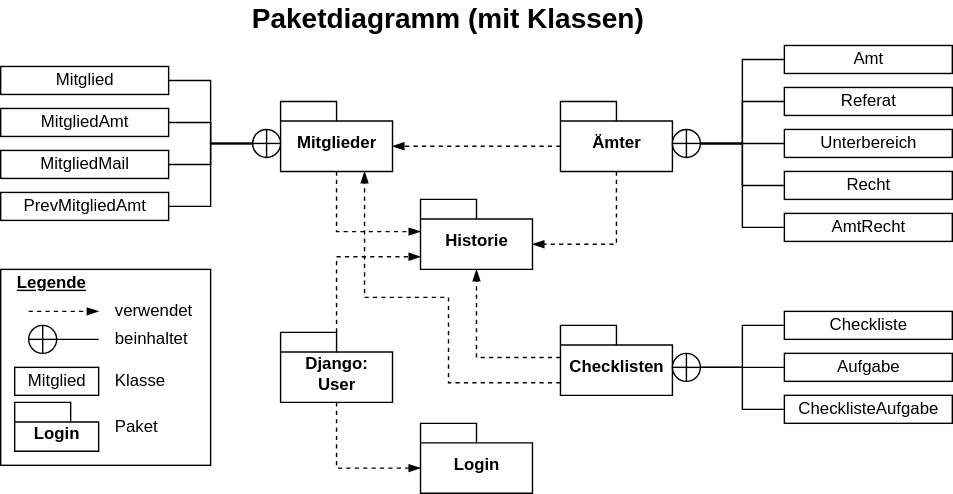
Above: docs/sphinx/source/developer/img/diagramm_package_classes.svg in mribrgr/StuRa-Mitgliederdatenbank (draw.io), before the change. Source tidied: cells renumbered, new cells last; positions are measured from the earlier drawing's top-left corner, leaving out a move shared by most shapes. The source it was exported from:
```xml
<mxGraphModel>
  <root>
    <mxCell id="0" />
    <mxCell id="1" parent="0" />
    <mxCell id="2" style="rounded=0;whiteSpace=wrap;html=1;" parent="1" vertex="1">
      <mxGeometry y="190" width="150" height="140" as="geometry" />
    </mxCell>
    <mxCell id="3" style="edgeStyle=orthogonalEdgeStyle;rounded=0;jettySize=auto;html=1;exitX=0.5;exitY=1;exitDx=0;exitDy=0;exitPerimeter=0;entryX=0;entryY=0;entryDx=0;entryDy=23;entryPerimeter=0;dashed=1;endArrow=blockThin;endFill=1;strokeColor=#000000;" parent="1" edge="1" source="4" target="31">
      <mxGeometry relative="1" as="geometry" />
    </mxCell>
    <mxCell id="4" value="Mitglieder" style="shape=folder;fontStyle=1;spacingTop=10;tabWidth=40;tabHeight=14;tabPosition=left;html=1;labelBackgroundColor=none;" parent="1" vertex="1">
      <mxGeometry x="200" y="70" width="80" height="50" as="geometry" />
    </mxCell>
    <mxCell id="5" style="shape=orEllipse;perimeter=ellipsePerimeter;whiteSpace=wrap;html=1;backgroundOutline=1;labelBackgroundColor=none;" parent="1" vertex="1">
      <mxGeometry x="180" y="90" width="20" height="20" as="geometry" />
    </mxCell>
    <mxCell id="6" style="edgeStyle=orthogonalEdgeStyle;rounded=0;jettySize=auto;html=1;exitX=1;exitY=0.5;exitDx=0;exitDy=0;entryX=0;entryY=0.5;entryDx=0;entryDy=0;strokeColor=#000000;endArrow=none;endFill=0;" parent="1" edge="1" source="7" target="5">
      <mxGeometry relative="1" as="geometry" />
    </mxCell>
    <mxCell id="7" value="Mitglied" style="html=1;labelBackgroundColor=none;" parent="1" vertex="1">
      <mxGeometry y="45" width="120" height="20" as="geometry" />
    </mxCell>
    <mxCell id="8" style="edgeStyle=orthogonalEdgeStyle;rounded=0;jettySize=auto;html=1;exitX=1;exitY=0.5;exitDx=0;exitDy=0;entryX=0;entryY=0.5;entryDx=0;entryDy=0;endArrow=none;endFill=0;strokeColor=#000000;" parent="1" edge="1" source="9" target="5">
      <mxGeometry relative="1" as="geometry" />
    </mxCell>
    <mxCell id="9" value="MitgliedAmt" style="html=1;labelBackgroundColor=none;" parent="1" vertex="1">
      <mxGeometry y="75" width="120" height="20" as="geometry" />
    </mxCell>
    <mxCell id="10" style="edgeStyle=orthogonalEdgeStyle;rounded=0;jettySize=auto;html=1;exitX=1;exitY=0.5;exitDx=0;exitDy=0;entryX=0;entryY=0.5;entryDx=0;entryDy=0;endArrow=none;endFill=0;strokeColor=#000000;" parent="1" edge="1" source="11" target="5">
      <mxGeometry relative="1" as="geometry" />
    </mxCell>
    <mxCell id="11" value="MitgliedMail" style="html=1;labelBackgroundColor=none;" parent="1" vertex="1">
      <mxGeometry y="105" width="120" height="20" as="geometry" />
    </mxCell>
    <mxCell id="12" style="edgeStyle=orthogonalEdgeStyle;rounded=0;jettySize=auto;html=1;exitX=0;exitY=0;exitDx=0;exitDy=32;exitPerimeter=0;endArrow=blockThin;endFill=1;strokeColor=#000000;dashed=1;entryX=0;entryY=0;entryDx=80;entryDy=32;entryPerimeter=0;" parent="1" edge="1" source="14" target="4">
      <mxGeometry relative="1" as="geometry" />
    </mxCell>
    <mxCell id="13" style="edgeStyle=orthogonalEdgeStyle;rounded=0;jettySize=auto;html=1;exitX=0.5;exitY=1;exitDx=0;exitDy=0;exitPerimeter=0;entryX=0;entryY=0;entryDx=80;entryDy=32;entryPerimeter=0;endArrow=blockThin;endFill=1;strokeColor=#000000;dashed=1;" parent="1" edge="1" source="14" target="31">
      <mxGeometry relative="1" as="geometry" />
    </mxCell>
    <mxCell id="14" value="Ämter" style="shape=folder;fontStyle=1;spacingTop=10;tabWidth=40;tabHeight=14;tabPosition=left;html=1;labelBackgroundColor=none;" parent="1" vertex="1">
      <mxGeometry x="400" y="70" width="80" height="50" as="geometry" />
    </mxCell>
    <mxCell id="15" style="shape=orEllipse;perimeter=ellipsePerimeter;whiteSpace=wrap;html=1;backgroundOutline=1;labelBackgroundColor=none;" parent="1" vertex="1">
      <mxGeometry x="480" y="90" width="20" height="20" as="geometry" />
    </mxCell>
    <mxCell id="16" style="edgeStyle=orthogonalEdgeStyle;rounded=0;jettySize=auto;html=1;exitX=0;exitY=0.5;exitDx=0;exitDy=0;entryX=1;entryY=0.5;entryDx=0;entryDy=0;endArrow=none;endFill=0;strokeColor=#000000;" parent="1" edge="1" source="17" target="15">
      <mxGeometry relative="1" as="geometry" />
    </mxCell>
    <mxCell id="17" value="Amt" style="html=1;labelBackgroundColor=none;" parent="1" vertex="1">
      <mxGeometry x="560" y="30" width="120" height="20" as="geometry" />
    </mxCell>
    <mxCell id="18" style="edgeStyle=orthogonalEdgeStyle;rounded=0;jettySize=auto;html=1;exitX=0;exitY=0.5;exitDx=0;exitDy=0;entryX=1;entryY=0.5;entryDx=0;entryDy=0;endArrow=none;endFill=0;strokeColor=#000000;" parent="1" edge="1" source="19" target="15">
      <mxGeometry relative="1" as="geometry" />
    </mxCell>
    <mxCell id="19" value="Referat" style="html=1;labelBackgroundColor=none;" parent="1" vertex="1">
      <mxGeometry x="560" y="60" width="120" height="20" as="geometry" />
    </mxCell>
    <mxCell id="20" style="edgeStyle=orthogonalEdgeStyle;rounded=0;jettySize=auto;html=1;exitX=0;exitY=0.5;exitDx=0;exitDy=0;entryX=1;entryY=0.5;entryDx=0;entryDy=0;endArrow=none;endFill=0;strokeColor=#000000;" parent="1" edge="1" source="21" target="15">
      <mxGeometry relative="1" as="geometry" />
    </mxCell>
    <mxCell id="21" value="Unterbereich" style="html=1;labelBackgroundColor=none;" parent="1" vertex="1">
      <mxGeometry x="560" y="90" width="120" height="20" as="geometry" />
    </mxCell>
    <mxCell id="22" value="Checklisten" style="shape=folder;fontStyle=1;spacingTop=10;tabWidth=40;tabHeight=14;tabPosition=left;html=1;labelBackgroundColor=none;" parent="1" vertex="1">
      <mxGeometry x="400" y="230" width="80" height="50" as="geometry" />
    </mxCell>
    <mxCell id="23" style="shape=orEllipse;perimeter=ellipsePerimeter;whiteSpace=wrap;html=1;backgroundOutline=1;labelBackgroundColor=none;" parent="1" vertex="1">
      <mxGeometry x="480" y="250" width="20" height="20" as="geometry" />
    </mxCell>
    <mxCell id="24" style="edgeStyle=orthogonalEdgeStyle;rounded=0;jettySize=auto;html=1;exitX=0;exitY=0.5;exitDx=0;exitDy=0;entryX=1;entryY=0.5;entryDx=0;entryDy=0;endArrow=none;endFill=0;strokeColor=#000000;" parent="1" edge="1" source="25" target="23">
      <mxGeometry relative="1" as="geometry" />
    </mxCell>
    <mxCell id="25" value="Checkliste" style="html=1;labelBackgroundColor=none;" parent="1" vertex="1">
      <mxGeometry x="560" y="220" width="120" height="20" as="geometry" />
    </mxCell>
    <mxCell id="26" style="edgeStyle=orthogonalEdgeStyle;rounded=0;jettySize=auto;html=1;exitX=0;exitY=0.5;exitDx=0;exitDy=0;entryX=1;entryY=0.5;entryDx=0;entryDy=0;endArrow=none;endFill=0;strokeColor=#000000;" parent="1" edge="1" source="27" target="23">
      <mxGeometry relative="1" as="geometry" />
    </mxCell>
    <mxCell id="27" value="Aufgabe" style="html=1;labelBackgroundColor=none;" parent="1" vertex="1">
      <mxGeometry x="560" y="250" width="120" height="20" as="geometry" />
    </mxCell>
    <mxCell id="28" style="edgeStyle=orthogonalEdgeStyle;rounded=0;jettySize=auto;html=1;exitX=0;exitY=0.5;exitDx=0;exitDy=0;entryX=1;entryY=0.5;entryDx=0;entryDy=0;endArrow=none;endFill=0;strokeColor=#000000;" parent="1" edge="1" source="29" target="23">
      <mxGeometry relative="1" as="geometry" />
    </mxCell>
    <mxCell id="29" value="ChecklisteAufgabe" style="html=1;labelBackgroundColor=none;" parent="1" vertex="1">
      <mxGeometry x="560" y="280" width="120" height="20" as="geometry" />
    </mxCell>
    <mxCell id="30" value="Login" style="shape=folder;fontStyle=1;spacingTop=10;tabWidth=40;tabHeight=14;tabPosition=left;html=1;labelBackgroundColor=none;" parent="1" vertex="1">
      <mxGeometry x="300" y="300" width="80" height="50" as="geometry" />
    </mxCell>
    <mxCell id="31" value="Historie" style="shape=folder;fontStyle=1;spacingTop=10;tabWidth=40;tabHeight=14;tabPosition=left;html=1;labelBackgroundColor=none;" parent="1" vertex="1">
      <mxGeometry x="300" y="140" width="80" height="50" as="geometry" />
    </mxCell>
    <mxCell id="32" style="edgeStyle=orthogonalEdgeStyle;rounded=0;jettySize=auto;html=1;exitX=0;exitY=0.5;exitDx=0;exitDy=0;entryX=1;entryY=0.5;entryDx=0;entryDy=0;endArrow=none;endFill=0;strokeColor=#000000;" parent="1" edge="1" source="33" target="15">
      <mxGeometry relative="1" as="geometry" />
    </mxCell>
    <mxCell id="33" value="Recht" style="html=1;labelBackgroundColor=none;" parent="1" vertex="1">
      <mxGeometry x="560" y="120" width="120" height="20" as="geometry" />
    </mxCell>
    <mxCell id="34" style="edgeStyle=orthogonalEdgeStyle;rounded=0;jettySize=auto;html=1;exitX=0;exitY=0.5;exitDx=0;exitDy=0;entryX=1;entryY=0.5;entryDx=0;entryDy=0;endArrow=none;endFill=0;strokeColor=#000000;" parent="1" edge="1" source="35" target="15">
      <mxGeometry relative="1" as="geometry" />
    </mxCell>
    <mxCell id="35" value="AmtRecht" style="html=1;labelBackgroundColor=none;" parent="1" vertex="1">
      <mxGeometry x="560" y="150" width="120" height="20" as="geometry" />
    </mxCell>
    <mxCell id="36" style="edgeStyle=orthogonalEdgeStyle;rounded=0;jettySize=auto;html=1;exitX=0.5;exitY=1;exitDx=0;exitDy=0;exitPerimeter=0;entryX=0;entryY=0;entryDx=0;entryDy=32;entryPerimeter=0;dashed=1;endArrow=blockThin;endFill=1;strokeColor=#000000;" parent="1" edge="1" source="38" target="30">
      <mxGeometry relative="1" as="geometry" />
    </mxCell>
    <mxCell id="37" style="edgeStyle=orthogonalEdgeStyle;rounded=0;jettySize=auto;html=1;exitX=0;exitY=0;exitDx=40;exitDy=0;exitPerimeter=0;entryX=0;entryY=0;entryDx=0;entryDy=41;entryPerimeter=0;dashed=1;endArrow=blockThin;endFill=1;strokeColor=#000000;" parent="1" edge="1" source="38" target="31">
      <mxGeometry relative="1" as="geometry" />
    </mxCell>
    <mxCell id="38" value="Django:&lt;br&gt;User" style="shape=folder;fontStyle=1;spacingTop=10;tabWidth=40;tabHeight=14;tabPosition=left;html=1;labelBackgroundColor=none;" parent="1" vertex="1">
      <mxGeometry x="200" y="235" width="80" height="50" as="geometry" />
    </mxCell>
    <mxCell id="39" value="Paketdiagramm (mit Klassen)" style="text;html=1;strokeColor=none;fillColor=none;align=center;verticalAlign=middle;whiteSpace=wrap;rounded=0;fontStyle=1;fontSize=20;" parent="1" vertex="1">
      <mxGeometry x="140" width="360" height="20" as="geometry" />
    </mxCell>
    <mxCell id="40" value="Legende" style="text;html=1;strokeColor=none;fillColor=none;align=left;verticalAlign=middle;whiteSpace=wrap;rounded=0;fontStyle=5;" parent="1" vertex="1">
      <mxGeometry x="10" y="190" width="70" height="20" as="geometry" />
    </mxCell>
    <mxCell id="41" style="edgeStyle=orthogonalEdgeStyle;rounded=0;orthogonalLoop=1;jettySize=auto;html=1;endArrow=blockThin;endFill=1;strokeColor=#000000;dashed=1;" parent="1" edge="1">
      <mxGeometry relative="1" as="geometry">
        <mxPoint x="20" y="220" as="sourcePoint" />
        <mxPoint x="70" y="220" as="targetPoint" />
      </mxGeometry>
    </mxCell>
    <mxCell id="42" value="verwendet" style="text;html=1;strokeColor=none;fillColor=none;align=left;verticalAlign=middle;whiteSpace=wrap;rounded=0;" parent="1" vertex="1">
      <mxGeometry x="80" y="210" width="70" height="20" as="geometry" />
    </mxCell>
    <mxCell id="43" style="shape=orEllipse;perimeter=ellipsePerimeter;whiteSpace=wrap;html=1;backgroundOutline=1;labelBackgroundColor=none;" parent="1" vertex="1">
      <mxGeometry x="20" y="230" width="20" height="20" as="geometry" />
    </mxCell>
    <mxCell id="44" style="edgeStyle=orthogonalEdgeStyle;rounded=0;jettySize=auto;html=1;exitX=1;exitY=0.5;exitDx=0;exitDy=0;endArrow=none;endFill=0;strokeColor=#000000;" parent="1" edge="1" source="43">
      <mxGeometry relative="1" as="geometry">
        <mxPoint x="70" y="240" as="targetPoint" />
      </mxGeometry>
    </mxCell>
    <mxCell id="45" value="beinhaltet" style="text;html=1;strokeColor=none;fillColor=none;align=left;verticalAlign=middle;whiteSpace=wrap;rounded=0;" parent="1" vertex="1">
      <mxGeometry x="80" y="230" width="70" height="20" as="geometry" />
    </mxCell>
    <mxCell id="46" value="Mitglied" style="html=1;labelBackgroundColor=none;" parent="1" vertex="1">
      <mxGeometry x="10" y="260" width="60" height="20" as="geometry" />
    </mxCell>
    <mxCell id="47" value="Klasse" style="text;html=1;strokeColor=none;fillColor=none;align=left;verticalAlign=middle;whiteSpace=wrap;rounded=0;" parent="1" vertex="1">
      <mxGeometry x="80" y="260" width="70" height="20" as="geometry" />
    </mxCell>
    <mxCell id="48" value="Login" style="shape=folder;fontStyle=1;spacingTop=10;tabWidth=40;tabHeight=14;tabPosition=left;html=1;labelBackgroundColor=none;" parent="1" vertex="1">
      <mxGeometry x="10" y="285" width="60" height="35" as="geometry" />
    </mxCell>
    <mxCell id="49" value="Paket" style="text;html=1;strokeColor=none;fillColor=none;align=left;verticalAlign=middle;whiteSpace=wrap;rounded=0;" parent="1" vertex="1">
      <mxGeometry x="80" y="292.5" width="70" height="20" as="geometry" />
    </mxCell>
    <mxCell id="50" style="edgeStyle=orthogonalEdgeStyle;rounded=0;jettySize=auto;html=1;exitX=1;exitY=0.5;exitDx=0;exitDy=0;entryX=0;entryY=0.5;entryDx=0;entryDy=0;startArrow=none;startFill=0;endArrow=none;endFill=0;strokeColor=#000000;" parent="1" edge="1" source="51" target="5">
      <mxGeometry relative="1" as="geometry" />
    </mxCell>
    <mxCell id="51" value="PrevMitgliedAmt" style="html=1;labelBackgroundColor=none;" parent="1" vertex="1">
      <mxGeometry y="135" width="120" height="20" as="geometry" />
    </mxCell>
    <mxCell id="52" style="edgeStyle=orthogonalEdgeStyle;rounded=0;jettySize=auto;html=1;exitX=0;exitY=0;exitDx=0;exitDy=23;exitPerimeter=0;entryX=0.5;entryY=1;entryDx=0;entryDy=0;entryPerimeter=0;endArrow=blockThin;endFill=1;strokeColor=#000000;dashed=1;" parent="1" edge="1" source="22" target="31">
      <mxGeometry relative="1" as="geometry" />
    </mxCell>
    <mxCell id="53" style="edgeStyle=orthogonalEdgeStyle;rounded=0;jettySize=auto;html=1;exitX=0;exitY=0;exitDx=0;exitDy=41;exitPerimeter=0;entryX=0.75;entryY=1;entryDx=0;entryDy=0;entryPerimeter=0;endArrow=blockThin;endFill=1;strokeColor=#000000;dashed=1;" parent="1" edge="1" source="22" target="4">
      <mxGeometry relative="1" as="geometry">
        <Array as="points">
          <mxPoint x="320" y="271" />
          <mxPoint x="320" y="210" />
          <mxPoint x="260" y="210" />
        </Array>
      </mxGeometry>
    </mxCell>
  </root>
</mxGraphModel>
```
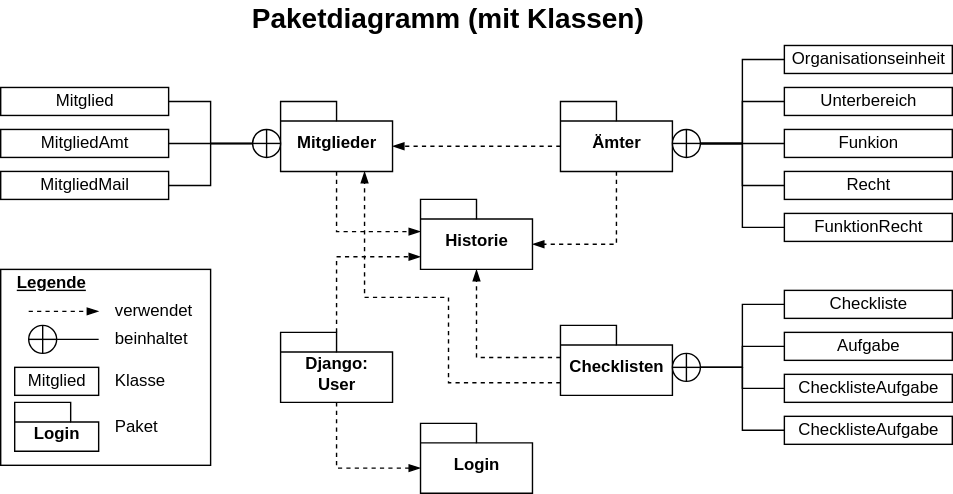
After the change.

Commit message:
Corrected class package diagrams

The edit, as a diff of the source:
```diff
@@ -18,19 +18,19 @@
       <mxGeometry relative="1" as="geometry" />
     </mxCell>
     <mxCell id="7" value="Mitglied" style="html=1;labelBackgroundColor=none;" parent="1" vertex="1">
-      <mxGeometry y="45" width="120" height="20" as="geometry" />
+      <mxGeometry y="60" width="120" height="20" as="geometry" />
     </mxCell>
     <mxCell id="8" style="edgeStyle=orthogonalEdgeStyle;rounded=0;jettySize=auto;html=1;exitX=1;exitY=0.5;exitDx=0;exitDy=0;entryX=0;entryY=0.5;entryDx=0;entryDy=0;endArrow=none;endFill=0;strokeColor=#000000;" parent="1" edge="1" source="9" target="5">
       <mxGeometry relative="1" as="geometry" />
     </mxCell>
     <mxCell id="9" value="MitgliedAmt" style="html=1;labelBackgroundColor=none;" parent="1" vertex="1">
-      <mxGeometry y="75" width="120" height="20" as="geometry" />
+      <mxGeometry y="90" width="120" height="20" as="geometry" />
     </mxCell>
     <mxCell id="10" style="edgeStyle=orthogonalEdgeStyle;rounded=0;jettySize=auto;html=1;exitX=1;exitY=0.5;exitDx=0;exitDy=0;entryX=0;entryY=0.5;entryDx=0;entryDy=0;endArrow=none;endFill=0;strokeColor=#000000;" parent="1" edge="1" source="11" target="5">
       <mxGeometry relative="1" as="geometry" />
     </mxCell>
     <mxCell id="11" value="MitgliedMail" style="html=1;labelBackgroundColor=none;" parent="1" vertex="1">
-      <mxGeometry y="105" width="120" height="20" as="geometry" />
+      <mxGeometry y="120" width="120" height="20" as="geometry" />
     </mxCell>
     <mxCell id="12" style="edgeStyle=orthogonalEdgeStyle;rounded=0;jettySize=auto;html=1;exitX=0;exitY=0;exitDx=0;exitDy=32;exitPerimeter=0;endArrow=blockThin;endFill=1;strokeColor=#000000;dashed=1;entryX=0;entryY=0;entryDx=80;entryDy=32;entryPerimeter=0;" parent="1" edge="1" source="14" target="4">
       <mxGeometry relative="1" as="geometry" />
@@ -47,19 +47,19 @@
     <mxCell id="16" style="edgeStyle=orthogonalEdgeStyle;rounded=0;jettySize=auto;html=1;exitX=0;exitY=0.5;exitDx=0;exitDy=0;entryX=1;entryY=0.5;entryDx=0;entryDy=0;endArrow=none;endFill=0;strokeColor=#000000;" parent="1" edge="1" source="17" target="15">
       <mxGeometry relative="1" as="geometry" />
     </mxCell>
-    <mxCell id="17" value="Amt" style="html=1;labelBackgroundColor=none;" parent="1" vertex="1">
+    <mxCell id="17" value="Organisationseinheit" style="html=1;labelBackgroundColor=none;" parent="1" vertex="1">
       <mxGeometry x="560" y="30" width="120" height="20" as="geometry" />
     </mxCell>
     <mxCell id="18" style="edgeStyle=orthogonalEdgeStyle;rounded=0;jettySize=auto;html=1;exitX=0;exitY=0.5;exitDx=0;exitDy=0;entryX=1;entryY=0.5;entryDx=0;entryDy=0;endArrow=none;endFill=0;strokeColor=#000000;" parent="1" edge="1" source="19" target="15">
       <mxGeometry relative="1" as="geometry" />
     </mxCell>
-    <mxCell id="19" value="Referat" style="html=1;labelBackgroundColor=none;" parent="1" vertex="1">
+    <mxCell id="19" value="Unterbereich" style="html=1;labelBackgroundColor=none;" parent="1" vertex="1">
       <mxGeometry x="560" y="60" width="120" height="20" as="geometry" />
     </mxCell>
     <mxCell id="20" style="edgeStyle=orthogonalEdgeStyle;rounded=0;jettySize=auto;html=1;exitX=0;exitY=0.5;exitDx=0;exitDy=0;entryX=1;entryY=0.5;entryDx=0;entryDy=0;endArrow=none;endFill=0;strokeColor=#000000;" parent="1" edge="1" source="21" target="15">
       <mxGeometry relative="1" as="geometry" />
     </mxCell>
-    <mxCell id="21" value="Unterbereich" style="html=1;labelBackgroundColor=none;" parent="1" vertex="1">
+    <mxCell id="21" value="Funkion" style="html=1;labelBackgroundColor=none;" parent="1" vertex="1">
       <mxGeometry x="560" y="90" width="120" height="20" as="geometry" />
     </mxCell>
     <mxCell id="22" value="Checklisten" style="shape=folder;fontStyle=1;spacingTop=10;tabWidth=40;tabHeight=14;tabPosition=left;html=1;labelBackgroundColor=none;" parent="1" vertex="1">
@@ -72,19 +72,19 @@
       <mxGeometry relative="1" as="geometry" />
     </mxCell>
     <mxCell id="25" value="Checkliste" style="html=1;labelBackgroundColor=none;" parent="1" vertex="1">
-      <mxGeometry x="560" y="220" width="120" height="20" as="geometry" />
+      <mxGeometry x="560" y="205" width="120" height="20" as="geometry" />
     </mxCell>
     <mxCell id="26" style="edgeStyle=orthogonalEdgeStyle;rounded=0;jettySize=auto;html=1;exitX=0;exitY=0.5;exitDx=0;exitDy=0;entryX=1;entryY=0.5;entryDx=0;entryDy=0;endArrow=none;endFill=0;strokeColor=#000000;" parent="1" edge="1" source="27" target="23">
       <mxGeometry relative="1" as="geometry" />
     </mxCell>
     <mxCell id="27" value="Aufgabe" style="html=1;labelBackgroundColor=none;" parent="1" vertex="1">
-      <mxGeometry x="560" y="250" width="120" height="20" as="geometry" />
+      <mxGeometry x="560" y="235" width="120" height="20" as="geometry" />
     </mxCell>
     <mxCell id="28" style="edgeStyle=orthogonalEdgeStyle;rounded=0;jettySize=auto;html=1;exitX=0;exitY=0.5;exitDx=0;exitDy=0;entryX=1;entryY=0.5;entryDx=0;entryDy=0;endArrow=none;endFill=0;strokeColor=#000000;" parent="1" edge="1" source="29" target="23">
       <mxGeometry relative="1" as="geometry" />
     </mxCell>
     <mxCell id="29" value="ChecklisteAufgabe" style="html=1;labelBackgroundColor=none;" parent="1" vertex="1">
-      <mxGeometry x="560" y="280" width="120" height="20" as="geometry" />
+      <mxGeometry x="560" y="265" width="120" height="20" as="geometry" />
     </mxCell>
     <mxCell id="30" value="Login" style="shape=folder;fontStyle=1;spacingTop=10;tabWidth=40;tabHeight=14;tabPosition=left;html=1;labelBackgroundColor=none;" parent="1" vertex="1">
       <mxGeometry x="300" y="300" width="80" height="50" as="geometry" />
@@ -101,7 +101,7 @@
     <mxCell id="34" style="edgeStyle=orthogonalEdgeStyle;rounded=0;jettySize=auto;html=1;exitX=0;exitY=0.5;exitDx=0;exitDy=0;entryX=1;entryY=0.5;entryDx=0;entryDy=0;endArrow=none;endFill=0;strokeColor=#000000;" parent="1" edge="1" source="35" target="15">
       <mxGeometry relative="1" as="geometry" />
     </mxCell>
-    <mxCell id="35" value="AmtRecht" style="html=1;labelBackgroundColor=none;" parent="1" vertex="1">
+    <mxCell id="35" value="FunktionRecht" style="html=1;labelBackgroundColor=none;" parent="1" vertex="1">
       <mxGeometry x="560" y="150" width="120" height="20" as="geometry" />
     </mxCell>
     <mxCell id="36" style="edgeStyle=orthogonalEdgeStyle;rounded=0;jettySize=auto;html=1;exitX=0.5;exitY=1;exitDx=0;exitDy=0;exitPerimeter=0;entryX=0;entryY=0;entryDx=0;entryDy=32;entryPerimeter=0;dashed=1;endArrow=blockThin;endFill=1;strokeColor=#000000;" parent="1" edge="1" source="38" target="30">
@@ -151,12 +151,6 @@
     <mxCell id="49" value="Paket" style="text;html=1;strokeColor=none;fillColor=none;align=left;verticalAlign=middle;whiteSpace=wrap;rounded=0;" parent="1" vertex="1">
       <mxGeometry x="80" y="292.5" width="70" height="20" as="geometry" />
     </mxCell>
-    <mxCell id="50" style="edgeStyle=orthogonalEdgeStyle;rounded=0;jettySize=auto;html=1;exitX=1;exitY=0.5;exitDx=0;exitDy=0;entryX=0;entryY=0.5;entryDx=0;entryDy=0;startArrow=none;startFill=0;endArrow=none;endFill=0;strokeColor=#000000;" parent="1" edge="1" source="51" target="5">
-      <mxGeometry relative="1" as="geometry" />
-    </mxCell>
-    <mxCell id="51" value="PrevMitgliedAmt" style="html=1;labelBackgroundColor=none;" parent="1" vertex="1">
-      <mxGeometry y="135" width="120" height="20" as="geometry" />
-    </mxCell>
     <mxCell id="52" style="edgeStyle=orthogonalEdgeStyle;rounded=0;jettySize=auto;html=1;exitX=0;exitY=0;exitDx=0;exitDy=23;exitPerimeter=0;entryX=0.5;entryY=1;entryDx=0;entryDy=0;entryPerimeter=0;endArrow=blockThin;endFill=1;strokeColor=#000000;dashed=1;" parent="1" edge="1" source="22" target="31">
       <mxGeometry relative="1" as="geometry" />
     </mxCell>
@@ -169,5 +163,11 @@
         </Array>
       </mxGeometry>
     </mxCell>
+    <mxCell id="54" value="ChecklisteAufgabe" style="html=1;labelBackgroundColor=none;" parent="1" vertex="1">
+      <mxGeometry x="560" y="295" width="120" height="20" as="geometry" />
+    </mxCell>
+    <mxCell id="55" style="edgeStyle=orthogonalEdgeStyle;rounded=0;jettySize=auto;html=1;exitX=0;exitY=0.5;exitDx=0;exitDy=0;entryX=1;entryY=0.5;entryDx=0;entryDy=0;endArrow=none;endFill=0;strokeColor=#000000;" parent="1" edge="1" source="54" target="23">
+      <mxGeometry relative="1" as="geometry" />
+    </mxCell>
   </root>
 </mxGraphModel>
```
